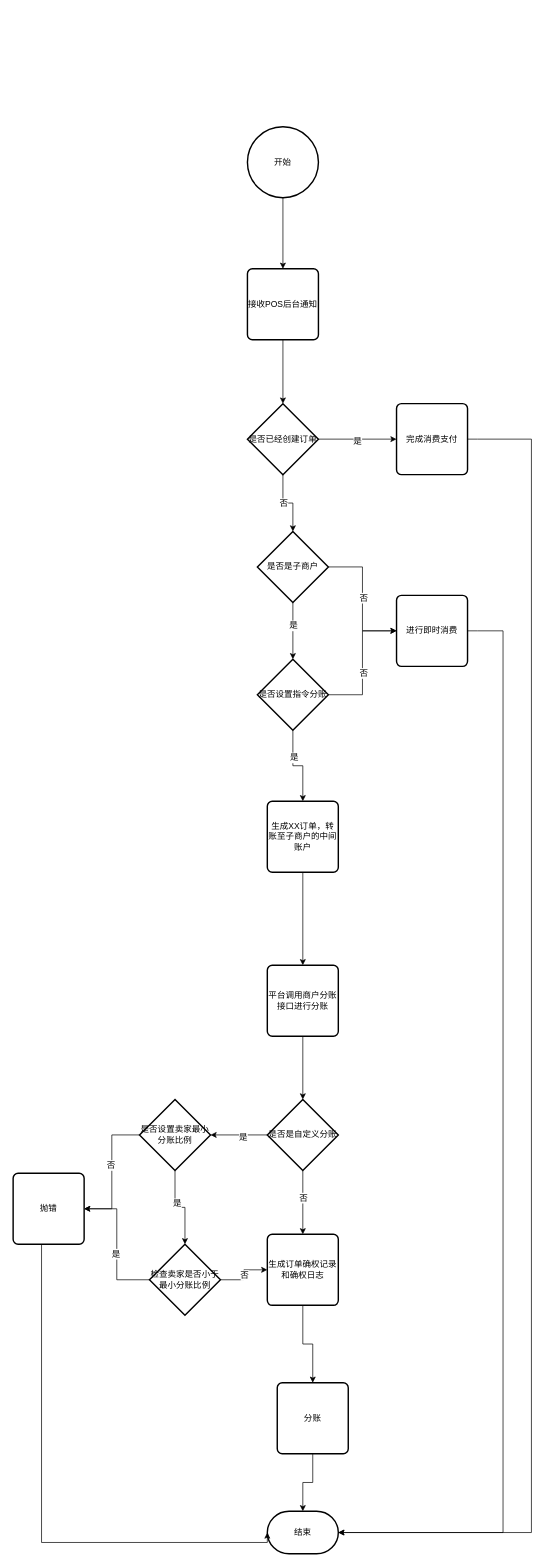
This is page "Page-1" (1 of 2) of design/指令分账.drawio from waterStone528/job-lakala, a draw.io file, before an edit. Source tidied: cells renumbered, new cells numbered last; positions are measured from the earlier drawing's top-left corner, leaving out a move shared by most shapes. Both pictures are drawn from the tidied source at 71%, with x=0, y=0 at pixel (13, 126).
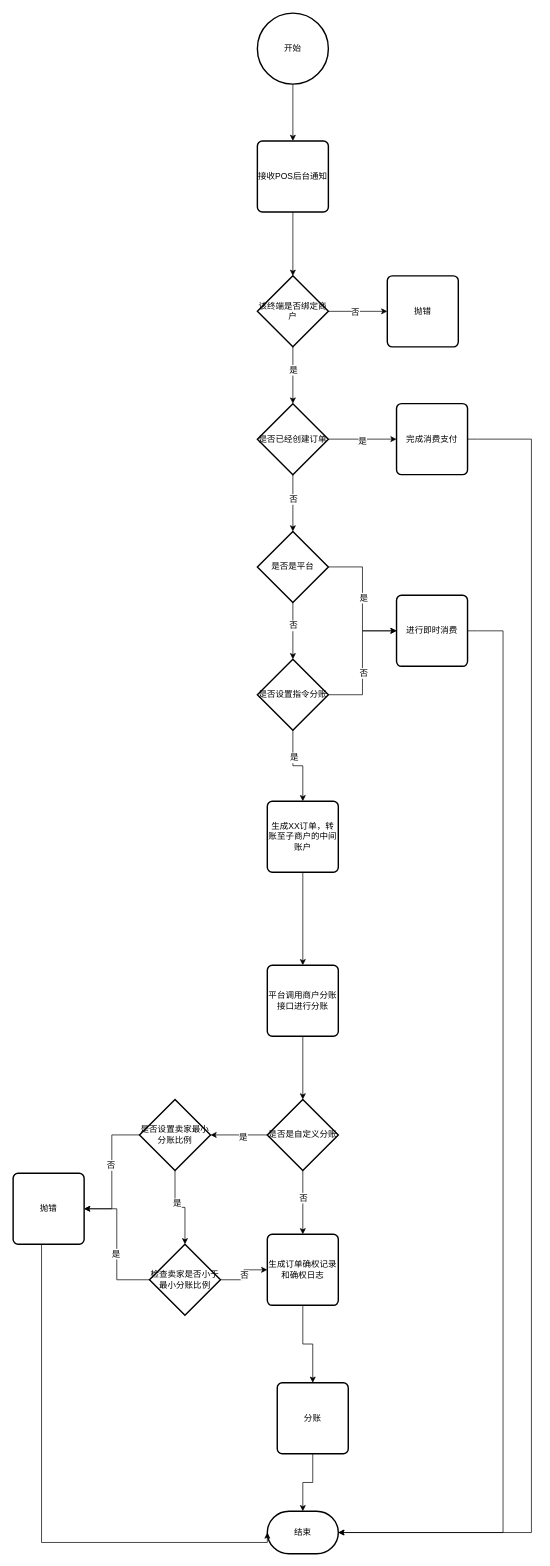
After the change.

The change refers to these unchanged cells:
```xml
<mxCell id="9" style="edgeStyle=orthogonalEdgeStyle;rounded=0;jettySize=auto;html=1;entryX=0;entryY=0.5;entryDx=0;entryDy=0;" parent="1" edge="1" source="13" target="22">
  <mxGeometry relative="1" as="geometry" />
</mxCell>
<mxCell id="11" style="edgeStyle=orthogonalEdgeStyle;rounded=0;jettySize=auto;html=1;" parent="1" edge="1" source="13" target="18">
  <mxGeometry relative="1" as="geometry" />
</mxCell>
```

Diff of the diagram source:
```diff
@@
-    <mxCell id="2" style="edgeStyle=orthogonalEdgeStyle;rounded=0;jettySize=auto;html=1;entryX=0.5;entryY=0;entryDx=0;entryDy=0;entryPerimeter=0;" parent="1" edge="1" source="3" target="8">
-      <mxGeometry relative="1" as="geometry" />
-    </mxCell>
+    <mxCell id="51" style="edgeStyle=orthogonalEdgeStyle;rounded=0;jettySize=auto;html=1;" parent="1" edge="1" source="3" target="56">
+      <mxGeometry relative="1" as="geometry" />
+    </mxCell>
     <mxCell id="3" value="接收POS后台通知" style="rounded=1;whiteSpace=wrap;html=1;absoluteArcSize=1;arcSize=14;strokeWidth=2;" parent="1" vertex="1">
-      <mxGeometry x="330" y="200" width="100" height="100" as="geometry" />
+      <mxGeometry x="344" y="20" width="100" height="100" as="geometry" />
     </mxCell>
@@
     <mxCell id="8" value="是否已经创建订单" style="strokeWidth=2;html=1;shape=mxgraph.flowchart.decision;whiteSpace=wrap;" parent="1" vertex="1">
-      <mxGeometry x="330" y="390" width="100" height="100" as="geometry" />
+      <mxGeometry x="344" y="390" width="100" height="100" as="geometry" />
     </mxCell>
@@
-    <mxCell id="10" value="否" style="text;html=1;align=center;verticalAlign=middle;labelBackgroundColor=#ffffff;" parent="9" vertex="1">
+    <mxCell id="10" value="是" style="text;html=1;align=center;verticalAlign=middle;labelBackgroundColor=#ffffff;" parent="9" vertex="1">
       <mxGeometry x="-0.02" y="1" relative="1" as="geometry" />
     </mxCell>
@@
-    <mxCell id="12" value="是" style="text;html=1;align=center;verticalAlign=middle;labelBackgroundColor=#ffffff;" parent="11" vertex="1">
+    <mxCell id="12" value="否" style="text;html=1;align=center;verticalAlign=middle;labelBackgroundColor=#ffffff;" parent="11" vertex="1">
       <mxGeometry x="-0.2" relative="1" as="geometry" />
     </mxCell>
-    <mxCell id="13" value="是否是子商户" style="strokeWidth=2;html=1;shape=mxgraph.flowchart.decision;whiteSpace=wrap;" parent="1" vertex="1">
+    <mxCell id="13" value="是否是平台" style="strokeWidth=2;html=1;shape=mxgraph.flowchart.decision;whiteSpace=wrap;" parent="1" vertex="1">
       <mxGeometry x="344" y="570" width="100" height="100" as="geometry" />
     </mxCell>
@@
     <mxCell id="29" value="开始" style="strokeWidth=2;html=1;shape=mxgraph.flowchart.start_2;whiteSpace=wrap;" parent="1" vertex="1">
-      <mxGeometry x="330" width="100" height="100" as="geometry" />
+      <mxGeometry x="344" y="-160" width="100" height="100" as="geometry" />
     </mxCell>
@@
+    <mxCell id="52" style="edgeStyle=orthogonalEdgeStyle;rounded=0;jettySize=auto;html=1;entryX=0;entryY=0.5;entryDx=0;entryDy=0;" parent="1" edge="1" source="56" target="57">
+      <mxGeometry relative="1" as="geometry" />
+    </mxCell>
+    <mxCell id="53" value="否" style="text;html=1;align=center;verticalAlign=middle;labelBackgroundColor=#ffffff;" parent="52" vertex="1">
+      <mxGeometry x="-0.11" y="-1" relative="1" as="geometry" />
+    </mxCell>
+    <mxCell id="54" style="edgeStyle=orthogonalEdgeStyle;rounded=0;jettySize=auto;html=1;" parent="1" edge="1" source="56" target="8">
+      <mxGeometry relative="1" as="geometry" />
+    </mxCell>
+    <mxCell id="55" value="是" style="text;html=1;align=center;verticalAlign=middle;labelBackgroundColor=#ffffff;" parent="54" vertex="1">
+      <mxGeometry x="-0.19" relative="1" as="geometry" />
+    </mxCell>
+    <mxCell id="56" value="该终端是否绑定商户" style="strokeWidth=2;html=1;shape=mxgraph.flowchart.decision;whiteSpace=wrap;" parent="1" vertex="1">
+      <mxGeometry x="344" y="210" width="100" height="100" as="geometry" />
+    </mxCell>
+    <mxCell id="57" value="抛错" style="rounded=1;whiteSpace=wrap;html=1;absoluteArcSize=1;arcSize=14;strokeWidth=2;" parent="1" vertex="1">
+      <mxGeometry x="527" y="210" width="100" height="100" as="geometry" />
+    </mxCell>
```
